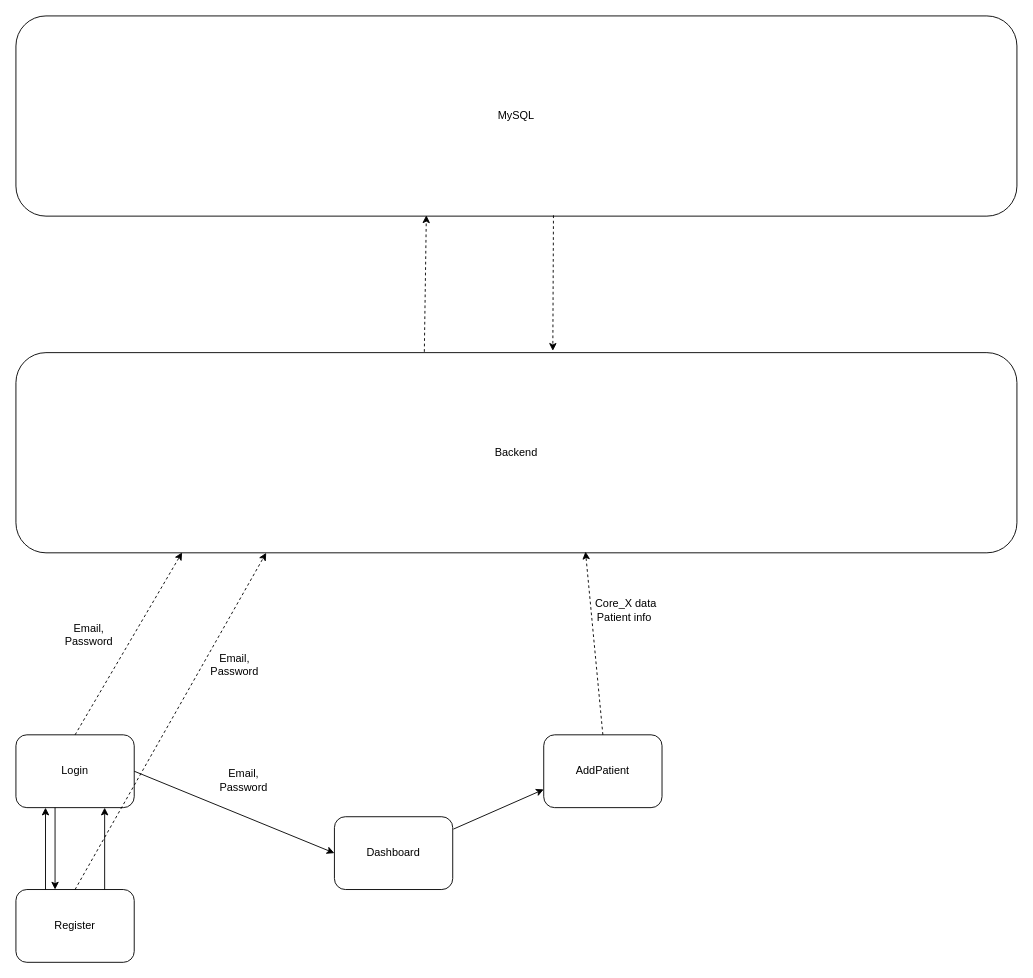
The draw.io diagram frontend/ApplicationDiagram.drawio in DeMeyerRobin/IndustryProject-BariatricSurgeryG1, before the edit. Source tidied: cells renumbered, new cells numbered last; positions are measured from the earlier drawing's top-left corner, leaving out a move shared by most shapes. Both pictures are drawn from the tidied source at 91%, with x=0, y=0 at pixel (15, 15).
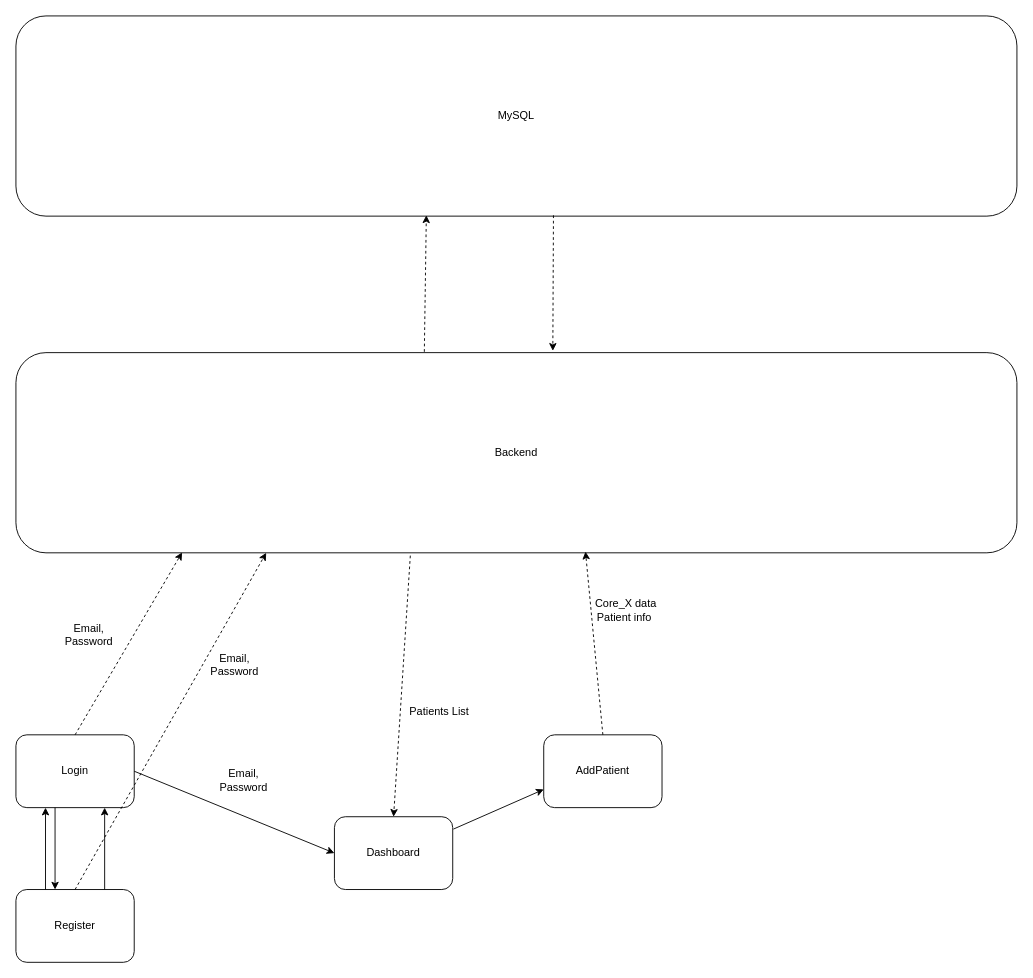
The same page after the edit.

Unchanged cells that the change refers to:
```xml
<mxCell id="4" value="Dashboard" style="rounded=1;whiteSpace=wrap;html=1;" parent="1" vertex="1">
  <mxGeometry x="350" y="880" width="130" height="80" as="geometry" />
</mxCell>
<mxCell id="7" value="Backend" style="rounded=1;whiteSpace=wrap;html=1;" parent="1" vertex="1">
  <mxGeometry y="370" width="1100" height="220" as="geometry" />
</mxCell>
```

Diff of the diagram source:
```diff
@@
+    <mxCell id="22" style="endArrow=classic;html=1;rounded=0;exitX=0.394;exitY=1.014;exitDx=0;exitDy=0;entryX=0.5;entryY=0;entryDx=0;entryDy=0;dashed=1;exitPerimeter=0;" parent="1" edge="1" source="7" target="4">
+      <mxGeometry relative="1" as="geometry" />
+    </mxCell>
+    <mxCell id="23" value="Patients List" style="text;html=1;align=center;verticalAlign=middle;strokeColor=none;fillColor=none;" parent="1" vertex="1">
+      <mxGeometry x="420" y="750" width="90" height="30" as="geometry" />
+    </mxCell>
```
